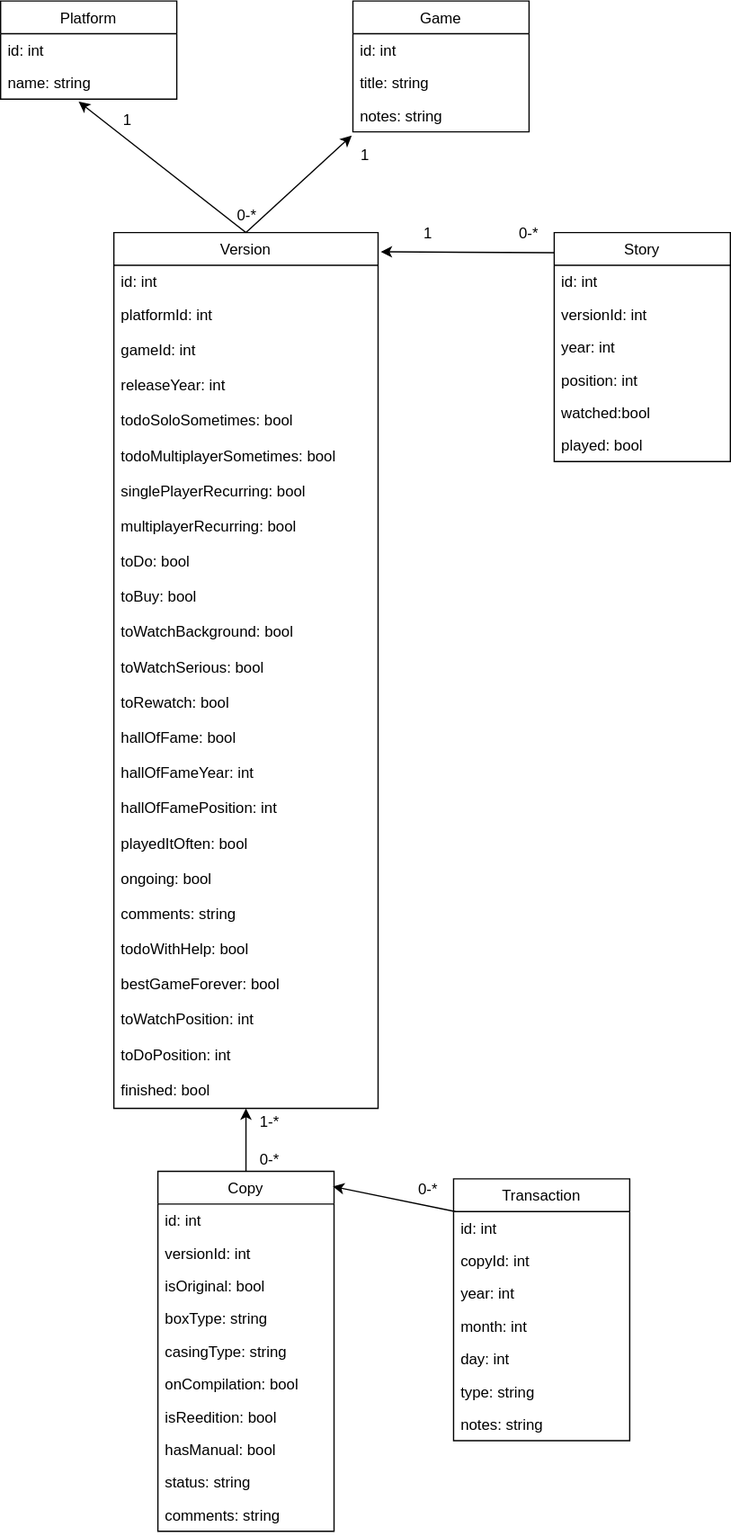
The draw.io diagram doc/resources.svg in ecourtial/gmg, before a commit. Source tidied: cells renumbered, new cells last; positions are measured from the earlier drawing's top-left corner, leaving out a move shared by most shapes.
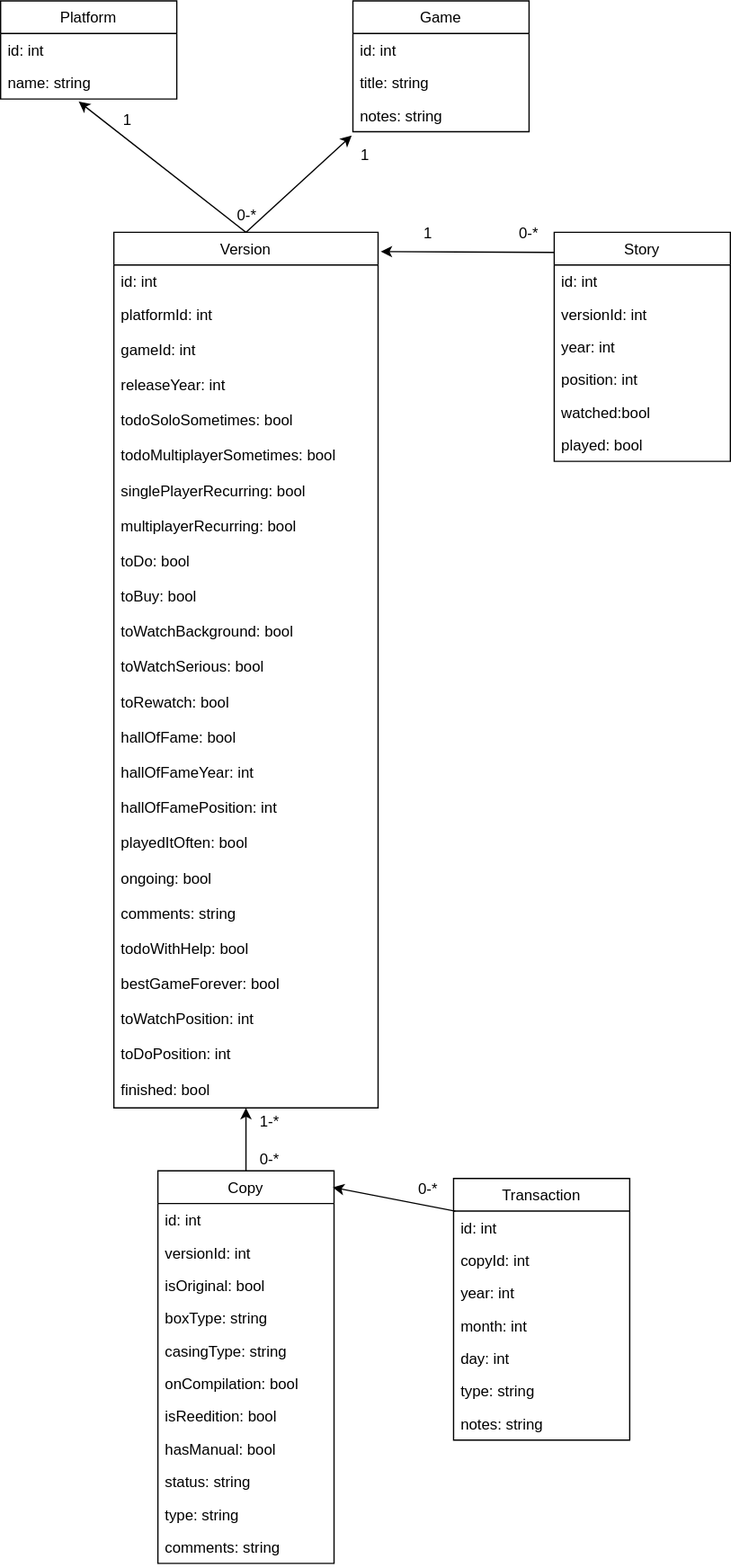
After the change.

The edit, as a diff of the source:
```diff
@@ -120,7 +120,7 @@
       <mxGeometry y="156" width="140" height="26" as="geometry" />
     </mxCell>
     <mxCell id="41" value="Copy" style="swimlane;fontStyle=0;horizontal=1;startSize=26;fillColor=none;" parent="1" vertex="1">
-      <mxGeometry x="125" y="930" width="140" height="286" as="geometry" />
+      <mxGeometry x="125" y="930" width="140" height="312" as="geometry" />
     </mxCell>
     <mxCell id="42" value="id: int" style="text;strokeColor=none;fillColor=none;align=left;verticalAlign=top;spacingLeft=4;spacingRight=4;overflow=hidden;" parent="41" vertex="1">
       <mxGeometry y="26" width="140" height="26" as="geometry" />
@@ -149,9 +149,12 @@
     <mxCell id="50" value="status: string" style="text;strokeColor=none;fillColor=none;align=left;verticalAlign=top;spacingLeft=4;spacingRight=4;overflow=hidden;" parent="41" vertex="1">
       <mxGeometry y="234" width="140" height="26" as="geometry" />
     </mxCell>
-    <mxCell id="51" value="comments: string" style="text;strokeColor=none;fillColor=none;align=left;verticalAlign=top;spacingLeft=4;spacingRight=4;overflow=hidden;" parent="41" vertex="1">
+    <mxCell id="51" value="type: string" style="text;strokeColor=none;fillColor=none;align=left;verticalAlign=top;spacingLeft=4;spacingRight=4;overflow=hidden;" parent="41" vertex="1">
       <mxGeometry y="260" width="140" height="26" as="geometry" />
     </mxCell>
+    <mxCell id="73" value="comments: string" style="text;strokeColor=none;fillColor=none;align=left;verticalAlign=top;spacingLeft=4;spacingRight=4;overflow=hidden;" parent="41" vertex="1">
+      <mxGeometry y="286" width="140" height="26" as="geometry" />
+    </mxCell>
     <mxCell id="52" value="Transaction" style="swimlane;fontStyle=0;horizontal=1;startSize=26;fillColor=none;" parent="1" vertex="1">
       <mxGeometry x="360" y="936" width="140" height="208" as="geometry" />
     </mxCell>
```
